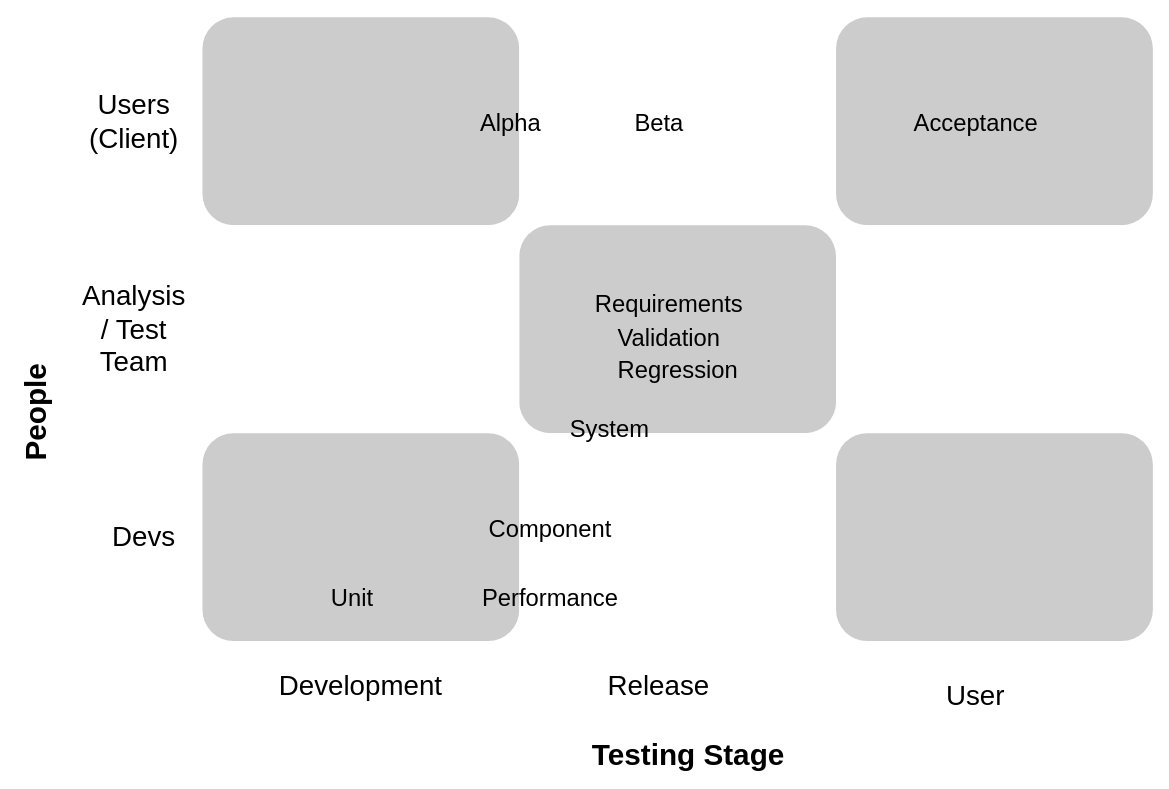
Above: page "Solution" (2 of 2) of SDEV265_System_Software_Analysis_Project/types_of_testing_exercise.drawio in mpjovanovich/ivy_tech (draw.io), before the change. Source tidied: cells renumbered, new cells numbered last; positions are measured from the earlier drawing's top-left corner, leaving out a move shared by most shapes. Both pictures are drawn from the tidied source at 99%, with x=0, y=0 at pixel (-114, 17).
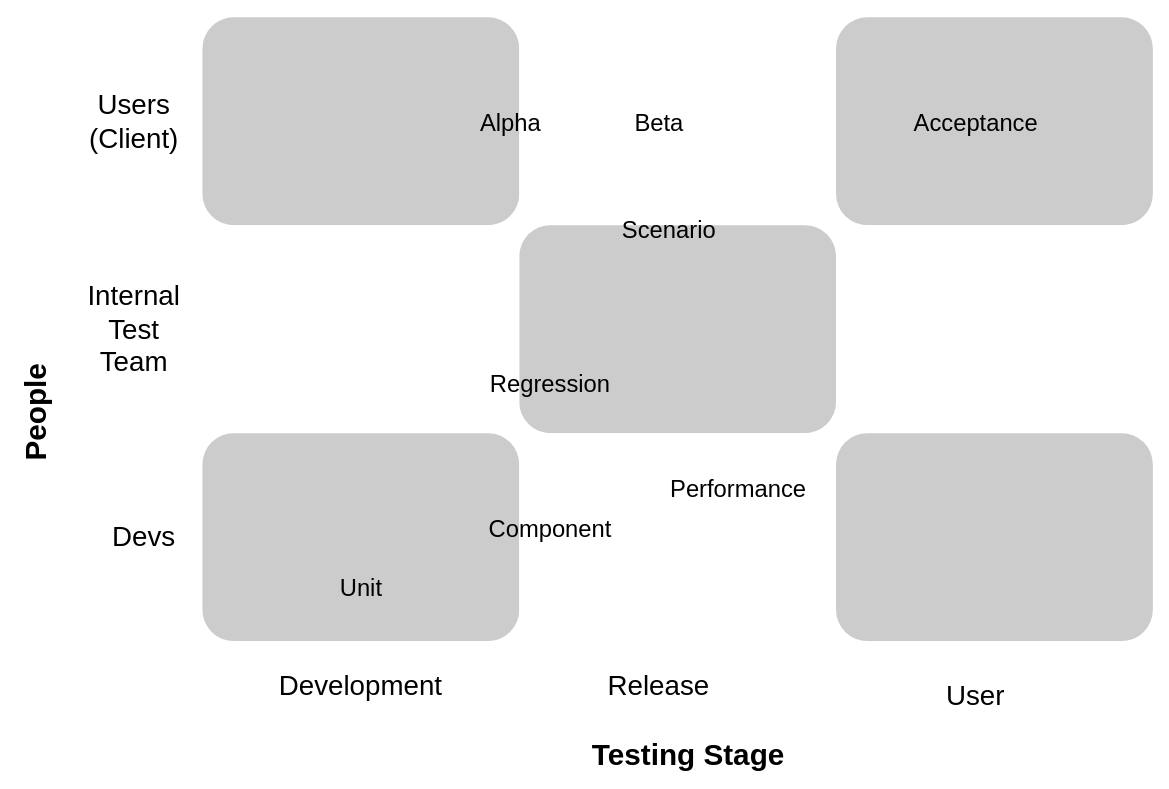
The same page after the edit.

Diff of the diagram source:
```diff
@@
-    <mxCell id="16" value="&lt;font style=&quot;font-size: 28px;&quot;&gt;Analysis / Test Team&lt;/font&gt;" style="text;html=1;strokeColor=none;fillColor=none;align=center;verticalAlign=middle;whiteSpace=wrap;rounded=0;fontColor=#000000;" parent="1" vertex="1">
+    <mxCell id="16" value="&lt;font style=&quot;font-size: 28px;&quot;&gt;Internal Test Team&lt;/font&gt;" style="text;html=1;strokeColor=none;fillColor=none;align=center;verticalAlign=middle;whiteSpace=wrap;rounded=0;fontColor=#000000;" parent="1" vertex="1">
       <mxGeometry x="220" y="300" width="60" height="30" as="geometry" />
     </mxCell>
@@
     <mxCell id="18" value="&lt;font style=&quot;font-size: 24px;&quot;&gt;Unit&lt;/font&gt;" style="text;html=1;strokeColor=none;fillColor=none;align=center;verticalAlign=middle;whiteSpace=wrap;rounded=0;fontSize=28;fontColor=#000000;" parent="1" vertex="1">
-      <mxGeometry x="360" y="570" width="221" height="30" as="geometry" />
+      <mxGeometry x="368.5" y="560" width="221" height="30" as="geometry" />
     </mxCell>
@@
-    <mxCell id="20" value="&lt;font style=&quot;font-size: 24px;&quot;&gt;System&lt;/font&gt;" style="text;html=1;strokeColor=none;fillColor=none;align=center;verticalAlign=middle;whiteSpace=wrap;rounded=0;fontSize=28;fontColor=#000000;" parent="1" vertex="1">
-      <mxGeometry x="620" y="399" width="221" height="30" as="geometry" />
+    <mxCell id="20" value="Scenario" style="text;html=1;strokeColor=none;fillColor=none;align=center;verticalAlign=middle;whiteSpace=wrap;rounded=0;fontSize=24;fontColor=#000000;" parent="1" vertex="1">
+      <mxGeometry x="680" y="200" width="221" height="30" as="geometry" />
     </mxCell>
     <mxCell id="21" value="&lt;font style=&quot;font-size: 24px;&quot;&gt;Regression&lt;/font&gt;" style="text;html=1;strokeColor=none;fillColor=none;align=center;verticalAlign=middle;whiteSpace=wrap;rounded=0;fontSize=28;fontColor=#000000;" parent="1" vertex="1">
-      <mxGeometry x="688.5" y="340" width="221" height="30" as="geometry" />
+      <mxGeometry x="560" y="354" width="221" height="30" as="geometry" />
     </mxCell>
@@
     <mxCell id="25" value="&lt;font style=&quot;font-size: 24px;&quot;&gt;Performance&lt;/font&gt;" style="text;html=1;strokeColor=none;fillColor=none;align=center;verticalAlign=middle;whiteSpace=wrap;rounded=0;fontSize=28;fontColor=#000000;" parent="1" vertex="1">
-      <mxGeometry x="560" y="570" width="221" height="30" as="geometry" />
+      <mxGeometry x="750" y="460" width="221" height="30" as="geometry" />
     </mxCell>
-    <mxCell id="26" value="&lt;font style=&quot;font-size: 24px;&quot;&gt;Requirements Validation&lt;/font&gt;" style="text;html=1;strokeColor=none;fillColor=none;align=center;verticalAlign=middle;whiteSpace=wrap;rounded=0;fontSize=28;fontColor=#000000;" parent="1" vertex="1">
-      <mxGeometry x="680" y="290" width="221" height="30" as="geometry" />
-    </mxCell>
```
